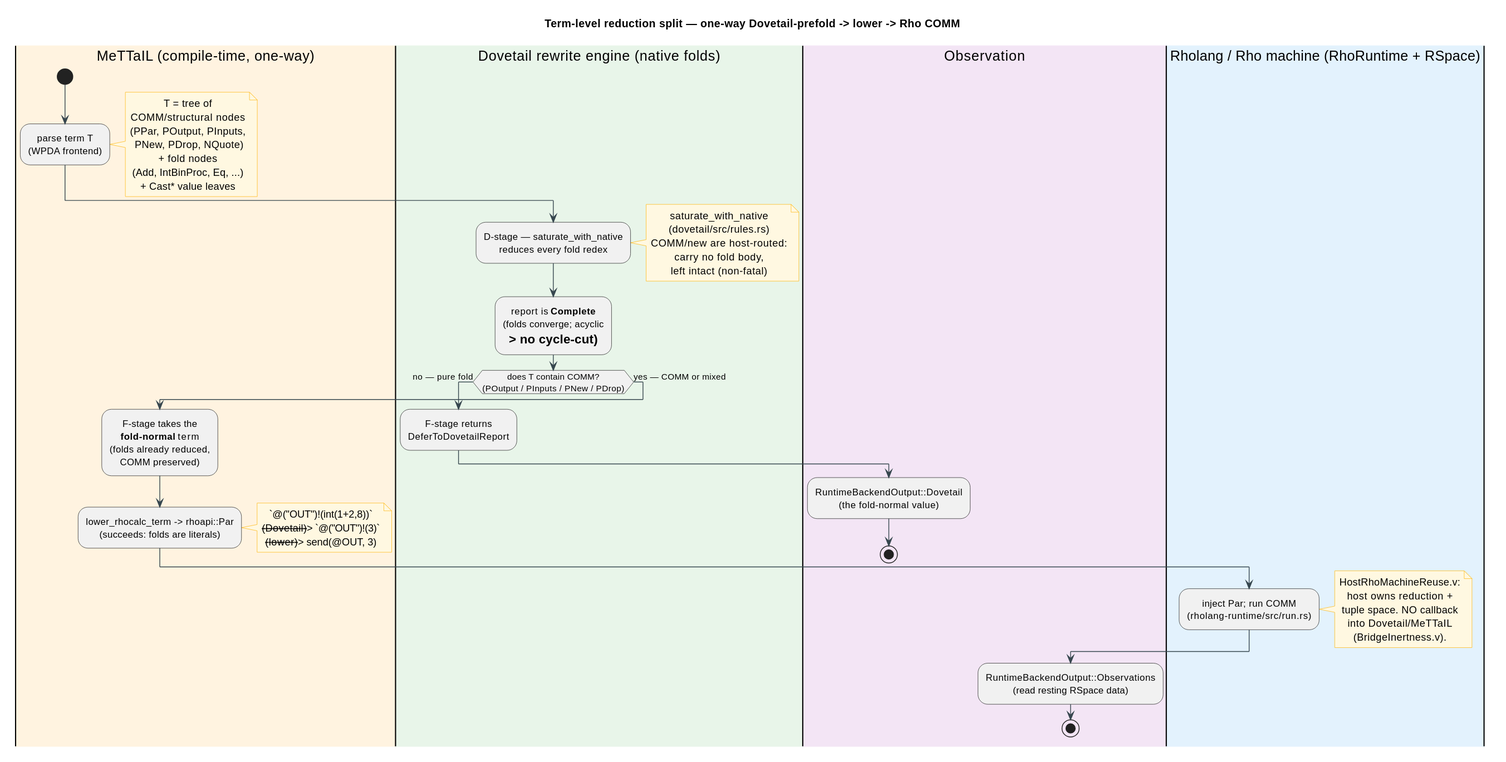
The PlantUML diagram docs/architecture/rho-native-integration/figures/09-term-level-reduction-split.svg in F1R3FLY-io/mettail-rust, before a commit. Source of this version:
```plantuml
@startuml
title Term-level reduction split — one-way Dovetail-prefold -> lower -> Rho COMM

skinparam shadowing false
skinparam defaultTextAlignment center
skinparam ArrowColor #37474F
skinparam NoteBackgroundColor #FFF8E1
skinparam NoteBorderColor #FFB300

|#FFF3E0|MeTTaIL (compile-time, one-way)|
start
:parse term T
(WPDA frontend);
note right
  T = tree of
  COMM/structural nodes
  (PPar, POutput, PInputs,
   PNew, PDrop, NQuote)
  + fold nodes
  (Add, IntBinProc, Eq, ...)
  + Cast* value leaves
end note

|#E8F5E9|Dovetail rewrite engine (native folds)|
:D-stage — saturate_with_native
reduces every fold redex;
note right
  saturate_with_native
  (dovetail/src/rules.rs)
  COMM/new are host-routed:
  carry no fold body,
  left intact (non-fatal)
end note
:report is **Complete**
(folds converge; acyclic
=> no cycle-cut);

if (does T contain COMM?\n(POutput / PInputs / PNew / PDrop)) then (no — pure fold)
  |#E8F5E9|Dovetail rewrite engine (native folds)|
  :F-stage returns
  DeferToDovetailReport;
  |#F3E5F5|Observation|
  :RuntimeBackendOutput::Dovetail
  (the fold-normal value);
  stop
else (yes — COMM or mixed)
  |#FFF3E0|MeTTaIL (compile-time, one-way)|
  :F-stage takes the
  **fold-normal** term
  (folds already reduced,
  COMM preserved);
  :lower_rhocalc_term -> rhoapi::Par
  (succeeds: folds are literals);
  note right
    `@("OUT")!(int(1+2,8))`
    --(Dovetail)--> `@("OUT")!(3)`
    --(lower)--> send(@OUT, 3)
  end note
  |#E3F2FD|Rholang / Rho machine (RhoRuntime + RSpace)|
  :inject Par; run COMM
  (rholang-runtime/src/run.rs);
  note right
    HostRhoMachineReuse.v:
    host owns reduction +
    tuple space. NO callback
    into Dovetail/MeTTaIL
    (BridgeInertness.v).
  end note
  |#F3E5F5|Observation|
  :RuntimeBackendOutput::Observations
  (read resting RSpace data);
  stop
endif
@enduml
```
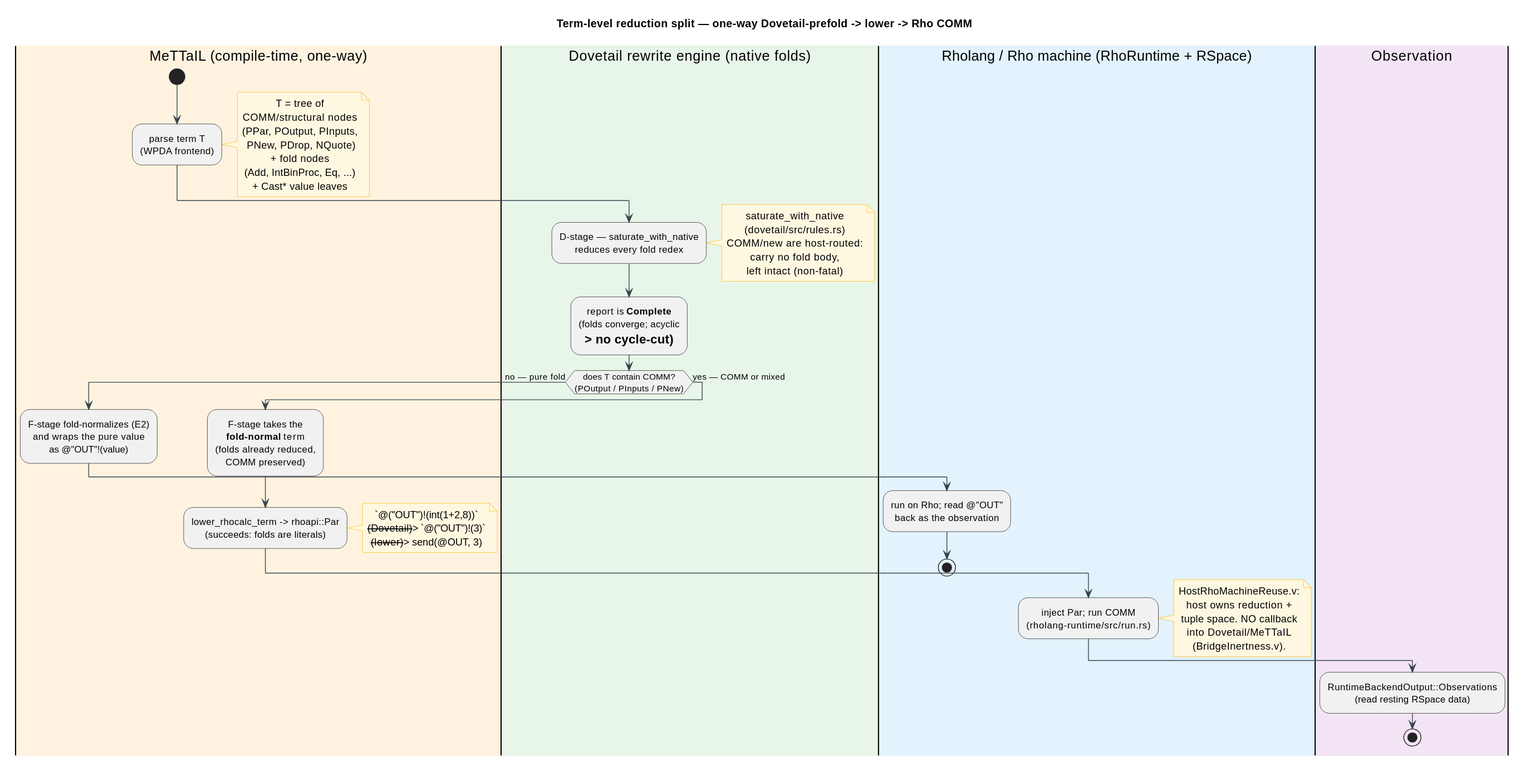
The same file after the commit.

Commit message:
docs(rho-native): Epic 10 #2068 — fix stale pre-E2 pure-fold narrative + removed symbol

The edit, as a diff of the source:
```diff
@@ -35,13 +35,14 @@
 (folds converge; acyclic
 => no cycle-cut);
 
-if (does T contain COMM?\n(POutput / PInputs / PNew / PDrop)) then (no — pure fold)
-  |#E8F5E9|Dovetail rewrite engine (native folds)|
-  :F-stage returns
-  DeferToDovetailReport;
-  |#F3E5F5|Observation|
-  :RuntimeBackendOutput::Dovetail
-  (the fold-normal value);
+if (does T contain COMM?\n(POutput / PInputs / PNew)) then (no — pure fold)
+  |#FFF3E0|MeTTaIL (compile-time, one-way)|
+  :F-stage fold-normalizes (E2)
+  and wraps the pure value
+  as @"OUT"!(value);
+  |#E3F2FD|Rholang / Rho machine (RhoRuntime + RSpace)|
+  :run on Rho; read @"OUT"
+  back as the observation;
   stop
 else (yes — COMM or mixed)
   |#FFF3E0|MeTTaIL (compile-time, one-way)|
```
